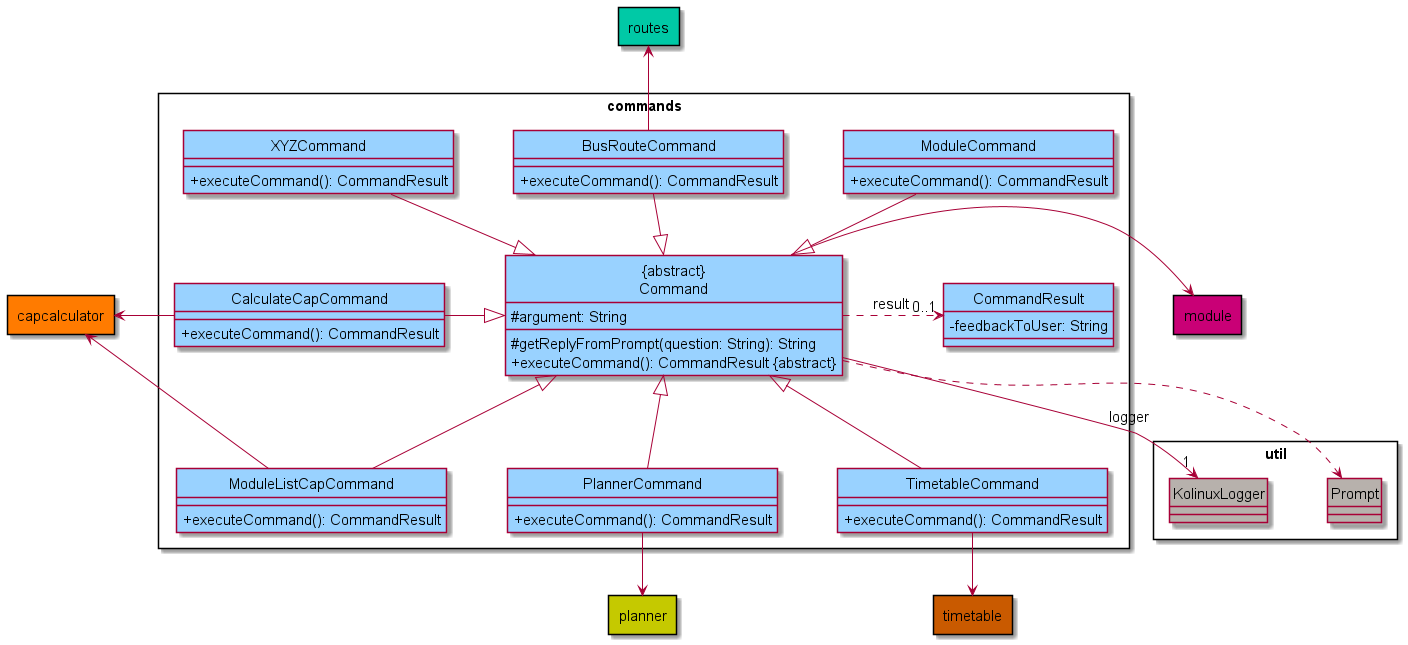
shyamgj1900/tp keeps this PlantUML diagram as docs/assets/images/CommandsClassDiagram.png. Above is the earlier version.
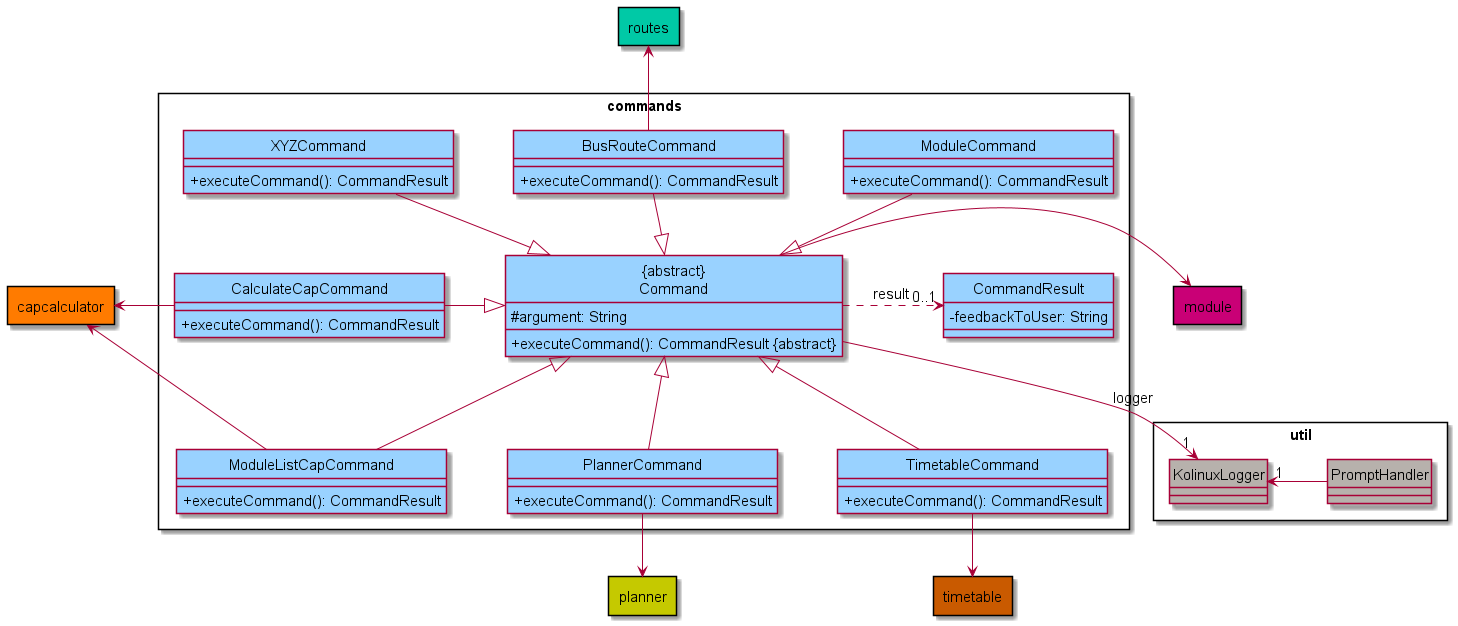
The same file after the commit.

Commit message:
Various diagram and DG updates according to design revamp

Change to the diagram source:
```diff
@@ -18,7 +18,7 @@
 
 package util <<Rectangle>> {
     class KolinuxLogger
-    class Prompt
+    class PromptHandler
 }
 
 package timetable <<Rectangle>> TIMETABLE_COLOR {
@@ -38,7 +38,6 @@
 
 class "ABSTRACT\nCommand" COMMANDS_COLOR {
     # argument: String
-    # getReplyFromPrompt(question: String): String
     + executeCommand(): CommandResult ABSTRACT
 }
 
@@ -77,7 +76,7 @@
 class KolinuxLogger UTIL_COLOR {
 }
 
-class Prompt UTIL_COLOR {
+class PromptHandler UTIL_COLOR {
 }
 
 BusRouteCommand --|> "ABSTRACT\nCommand"
@@ -89,12 +88,12 @@
 "ABSTRACT\nCommand" <|-- TimetableCommand
 "ABSTRACT\nCommand" .> "0..1" CommandResult : "result "
 "ABSTRACT\nCommand" --> "1" KolinuxLogger : logger
-"ABSTRACT\nCommand" ..> Prompt
 "ABSTRACT\nCommand" -right-> module
 BusRouteCommand -up-> routes
 PlannerCommand -down-> planner
 TimetableCommand -down-> timetable
 ModuleListCapCommand -left-> capcalculator
 CalculateCapCommand -left-> capcalculator
+PromptHandler -left-> "1" KolinuxLogger
 
 @enduml
```
